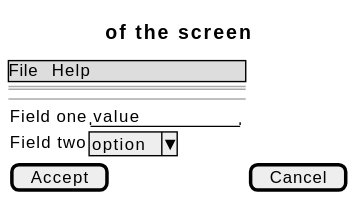
The PlantUML diagram docs/01-requirements/use-cases/manageCategories/wireframes.svg in didactika/kampus, before a commit. Its diagram source:
```plantuml
@startsalt
{
  {* File | Help }
  ==
  Title of the screen
  --
  {
    Field one | "value        "
    Field two | ^option^
  }
  [ Accept ] | [ Cancel ]
}
@endsalt
```
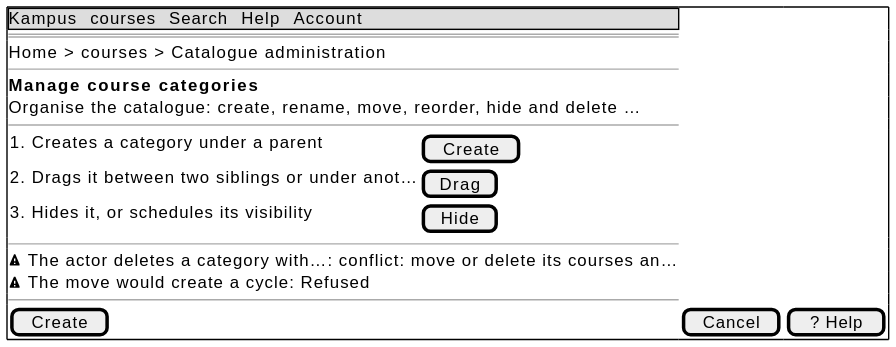
The same file after the commit.

Diff of the diagram source:
```diff
@@ -1,13 +1,21 @@
 @startsalt
-{
-  {* File | Help }
+{+
+  {* Kampus | courses | Search | Help | Account }
   ==
-  Title of the screen
+  Home > courses > Catalogue administration
+  --
+  <b>Manage course categories
+  Organise the catalogue: create, rename, move, reorder, hide and delete …
   --
   {
-    Field one | "value        "
-    Field two | ^option^
+    1. Creates a category under a parent | [ Create ]
+    2. Drags it between two siblings or under anot… | [ Drag ]
+    3. Hides it, or schedules its visibility | [ Hide ]
   }
-  [ Accept ] | [ Cancel ]
+  --
+  <&warning> The actor deletes a category with…: conflict: move or delete its courses an…
+  <&warning> The move would create a cycle: Refused
+  --
+  [ Create ] | [ Cancel ] | [ ? Help ]
 }
 @endsalt
```
